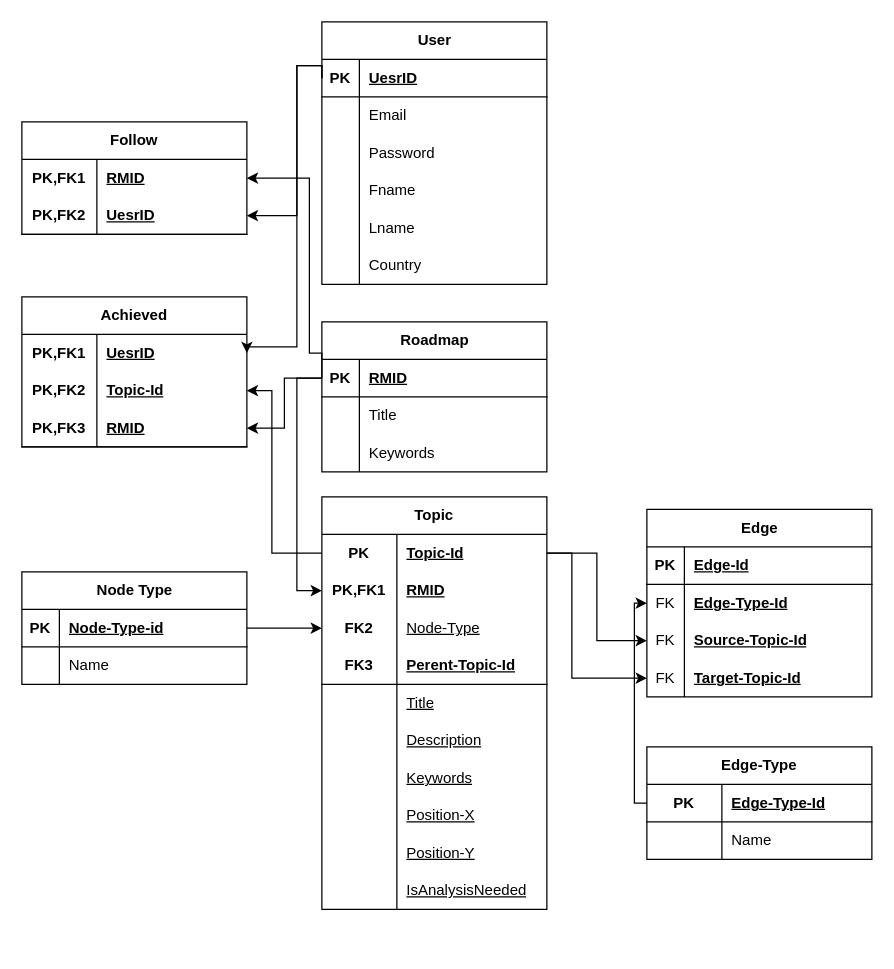
AHU-Graduation-Project/Graduation-Project keeps this draw.io diagram as page "Page-1" (1 of 2) of Documentation/Schema.drawio. Above is the earlier version. Source tidied: cells renumbered, new cells numbered last; positions are measured from the earlier drawing's top-left corner, leaving out a move shared by most shapes. Both pictures are drawn from the tidied source at 125%, with x=0, y=0 at pixel (21, 21).
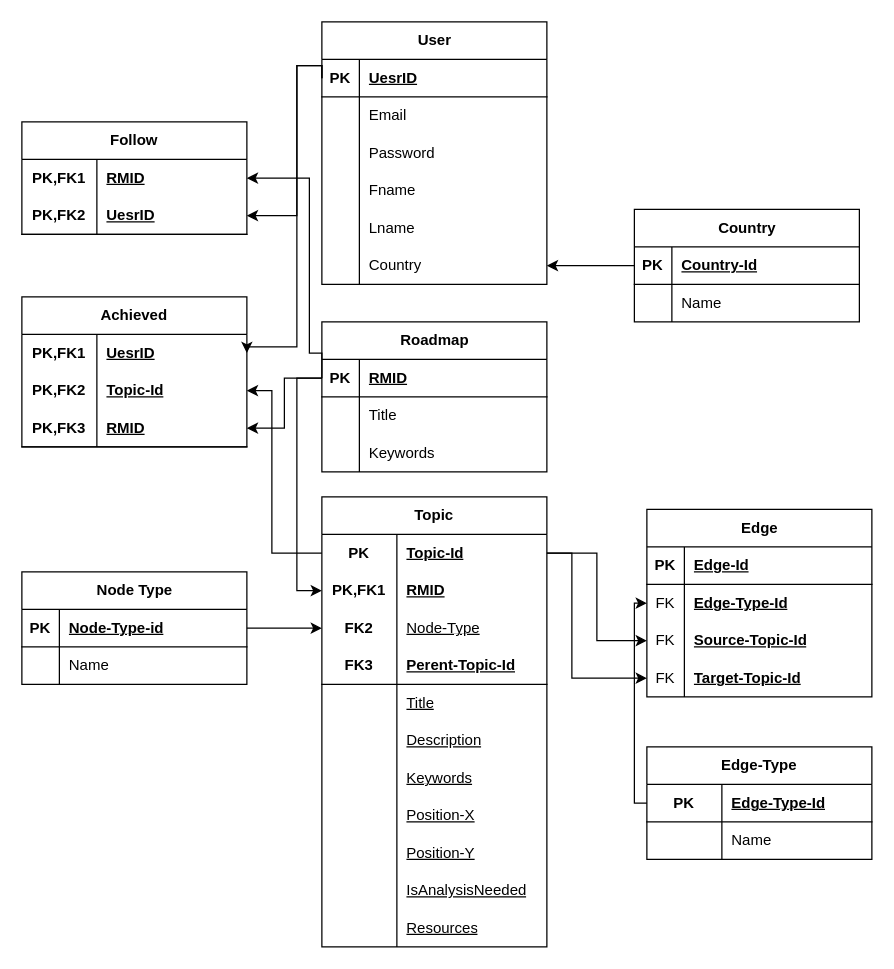
The same page after the edit.

Commit message:
add a country table and an attribute to topic table called resoreces

The change refers to these unchanged cells:
```xml
<mxCell id="31" style="shape=tableRow;horizontal=0;startSize=0;swimlaneHead=0;swimlaneBody=0;fillColor=none;points=[[0,0.5],[1,0.5]];portConstraint=eastwest;top=0;left=0;right=0;bottom=0;" parent="15" vertex="1">
  <mxGeometry y="180" width="180" height="30" as="geometry" />
</mxCell>
```

Change to the diagram source:
```diff
@@
     <mxCell id="85" value="Topic" style="shape=table;startSize=30;childLayout=tableLayout;rowLines=0;fontStyle=1;align=center;html=1;whiteSpace=wrap;" parent="1" vertex="1">
-      <mxGeometry x="240" y="380" width="180" height="330" as="geometry" />
+      <mxGeometry x="240" y="380" width="180" height="360" as="geometry" />
     </mxCell>
@@
+    <mxCell id="116" style="shape=tableRow;horizontal=0;startSize=0;swimlaneHead=0;swimlaneBody=0;fillColor=none;top=0;left=0;right=0;bottom=0;html=1;" parent="85" vertex="1">
+      <mxGeometry y="330" width="180" height="30" as="geometry" />
+    </mxCell>
+    <mxCell id="117" style="shape=partialRectangle;fillColor=none;top=0;left=0;bottom=0;right=0;fontStyle=1;overflow=hidden;html=1;whiteSpace=wrap;" parent="116" vertex="1">
+      <mxGeometry width="60" height="30" as="geometry" />
+    </mxCell>
+    <mxCell id="118" value="&lt;span style=&quot;font-weight: 400;&quot;&gt;Resources&lt;/span&gt;" style="shape=partialRectangle;fillColor=none;top=0;left=0;bottom=0;right=0;align=left;spacingLeft=6;fontStyle=5;overflow=hidden;html=1;whiteSpace=wrap;" parent="116" vertex="1">
+      <mxGeometry x="60" width="120" height="30" as="geometry" />
+    </mxCell>
+    <mxCell id="119" value="Country" style="shape=table;startSize=30;childLayout=tableLayout;rowLines=0;fontStyle=1;align=center;html=1;" parent="1" vertex="1">
+      <mxGeometry x="490" y="150" width="180" height="90" as="geometry" />
+    </mxCell>
+    <mxCell id="120" style="shape=tableRow;horizontal=0;startSize=0;swimlaneHead=0;swimlaneBody=0;fillColor=none;points=[[0,0.5],[1,0.5]];portConstraint=eastwest;top=0;left=0;right=0;bottom=1;" parent="119" vertex="1">
+      <mxGeometry y="30" width="180" height="30" as="geometry" />
+    </mxCell>
+    <mxCell id="121" value="PK" style="shape=partialRectangle;fillColor=none;top=0;left=0;bottom=0;right=0;fontStyle=1;overflow=hidden;whiteSpace=wrap;html=1;" parent="120" vertex="1">
+      <mxGeometry width="30" height="30" as="geometry" />
+    </mxCell>
+    <mxCell id="122" value="Country-Id" style="shape=partialRectangle;fillColor=none;top=0;left=0;bottom=0;right=0;align=left;spacingLeft=6;fontStyle=5;overflow=hidden;whiteSpace=wrap;html=1;" parent="120" vertex="1">
+      <mxGeometry x="30" width="150" height="30" as="geometry" />
+    </mxCell>
+    <mxCell id="123" style="shape=tableRow;horizontal=0;startSize=0;swimlaneHead=0;swimlaneBody=0;fillColor=none;top=0;left=0;right=0;bottom=0;" parent="119" vertex="1">
+      <mxGeometry y="60" width="180" height="30" as="geometry" />
+    </mxCell>
+    <mxCell id="124" style="shape=partialRectangle;fillColor=none;top=0;left=0;bottom=0;right=0;overflow=hidden;whiteSpace=wrap;html=1;" parent="123" vertex="1">
+      <mxGeometry width="30" height="30" as="geometry" />
+    </mxCell>
+    <mxCell id="125" value="Name" style="shape=partialRectangle;fillColor=none;top=0;left=0;bottom=0;right=0;align=left;spacingLeft=6;overflow=hidden;whiteSpace=wrap;html=1;" parent="123" vertex="1">
+      <mxGeometry x="30" width="150" height="30" as="geometry" />
+    </mxCell>
+    <mxCell id="126" style="endArrow=classic;html=1;rounded=0;entryX=1;entryY=0.5;entryDx=0;entryDy=0;edgeStyle=orthogonalEdgeStyle;exitX=0;exitY=0.5;exitDx=0;exitDy=0;" parent="1" edge="1" source="120" target="31">
+      <mxGeometry relative="1" as="geometry" />
+    </mxCell>
```
